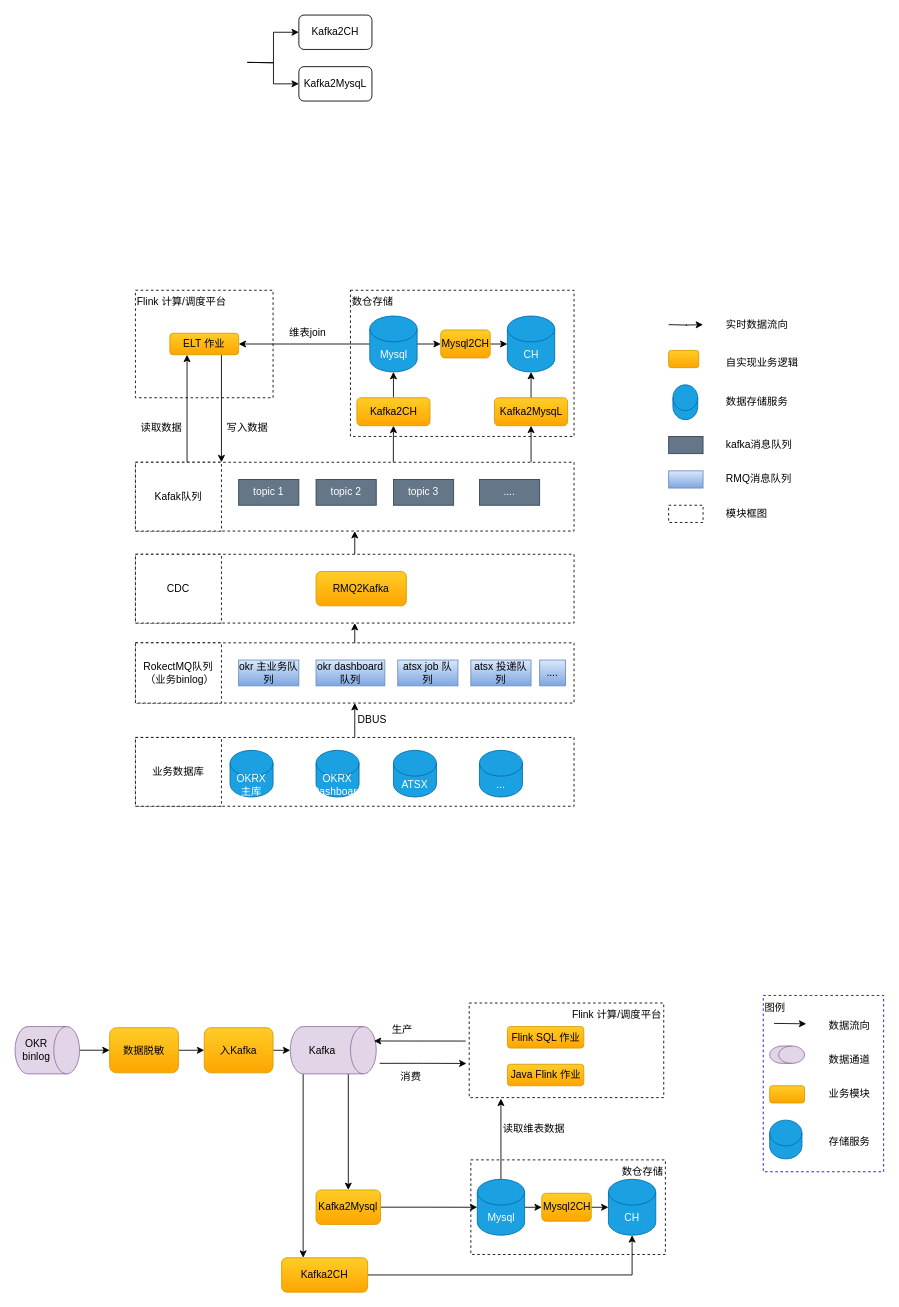
The draw.io diagram okrx/Untitled Diagram.drawio in cicelprg/drawio, before the edit. Source tidied: cells renumbered, new cells numbered last; positions are measured from the earlier drawing's top-left corner, leaving out a move shared by most shapes. Both pictures are drawn from the tidied source at 86%, with x=0, y=0 at pixel (15, 15).
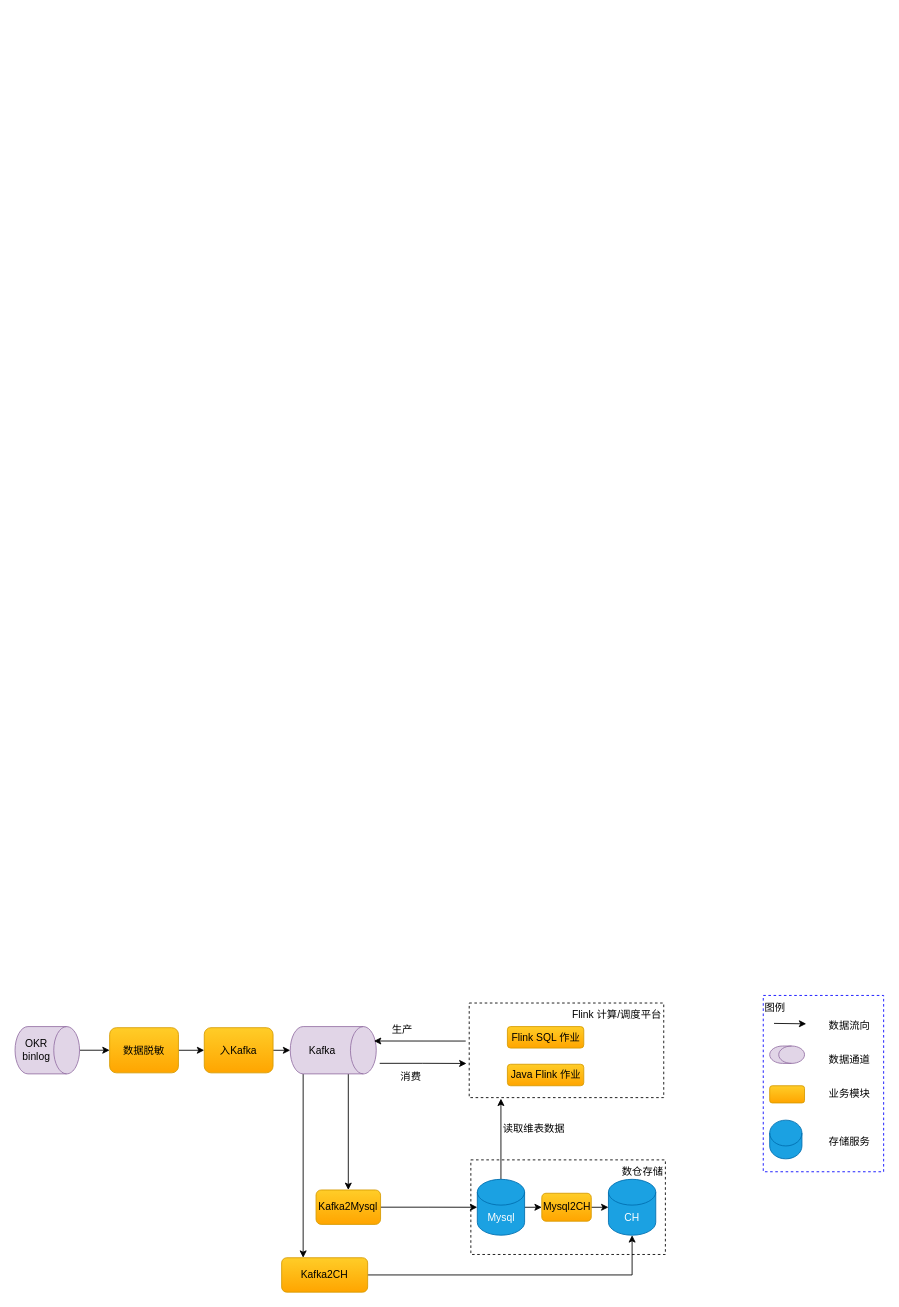
The same page after the edit.

What changed in the source:
```diff
@@
-    <mxCell id="2" style="edgeStyle=orthogonalEdgeStyle;rounded=0;jettySize=auto;html=1;exitX=0.5;exitY=0;exitDx=0;exitDy=0;entryX=0.5;entryY=1;entryDx=0;entryDy=0;strokeWidth=1;" parent="1" edge="1" source="3" target="7">
-      <mxGeometry relative="1" as="geometry" />
-    </mxCell>
-    <mxCell id="3" style="rounded=0;whiteSpace=wrap;html=1;strokeWidth=1;fillColor=none;align=left;dashed=1;" parent="1" vertex="1">
-      <mxGeometry x="140" y="840" width="510" height="80" as="geometry" />
-    </mxCell>
-    <mxCell id="4" value="业务数据库" style="whiteSpace=wrap;html=1;strokeWidth=1;align=center;dashed=1;" parent="1" vertex="1">
-      <mxGeometry x="140" y="840" width="100" height="80" as="geometry" />
-    </mxCell>
-    <mxCell id="5" value="OKRX 主库" style="shape=cylinder3;whiteSpace=wrap;html=1;boundedLbl=1;backgroundOutline=1;size=15;strokeWidth=1;fillColor=#1ba1e2;align=center;strokeColor=#006EAF;fontColor=#ffffff;" parent="1" vertex="1">
-      <mxGeometry x="250" y="855" width="50" height="54.2" as="geometry" />
-    </mxCell>
-    <mxCell id="6" style="edgeStyle=orthogonalEdgeStyle;rounded=0;jettySize=auto;html=1;exitX=0.5;exitY=0;exitDx=0;exitDy=0;entryX=0.5;entryY=1;entryDx=0;entryDy=0;strokeWidth=1;" parent="1" edge="1" source="7" target="14">
-      <mxGeometry relative="1" as="geometry" />
-    </mxCell>
-    <mxCell id="7" style="rounded=0;whiteSpace=wrap;html=1;strokeWidth=1;fillColor=none;align=left;dashed=1;" parent="1" vertex="1">
-      <mxGeometry x="140" y="730" width="510" height="70" as="geometry" />
-    </mxCell>
-    <mxCell id="8" value="RokectMQ队列&lt;br&gt;&amp;nbsp;（业务binlog）" style="whiteSpace=wrap;html=1;strokeWidth=1;align=center;dashed=1;" parent="1" vertex="1">
-      <mxGeometry x="140" y="730" width="100" height="70" as="geometry" />
-    </mxCell>
-    <mxCell id="9" value="DBUS" style="text;html=1;align=center;verticalAlign=middle;" parent="1" vertex="1">
-      <mxGeometry x="390" y="810" width="50" height="20" as="geometry" />
-    </mxCell>
-    <mxCell id="10" value="okr 主业务队列" style="rounded=0;whiteSpace=wrap;html=1;strokeWidth=1;fillColor=#dae8fc;align=center;strokeColor=#6c8ebf;gradientColor=#7ea6e0;" parent="1" vertex="1">
-      <mxGeometry x="260" y="750" width="70" height="30" as="geometry" />
-    </mxCell>
-    <mxCell id="11" value="okr dashboard队列" style="rounded=0;whiteSpace=wrap;html=1;strokeWidth=1;fillColor=#dae8fc;align=center;strokeColor=#6c8ebf;gradientColor=#7ea6e0;" parent="1" vertex="1">
-      <mxGeometry x="350" y="750" width="80" height="30" as="geometry" />
-    </mxCell>
-    <mxCell id="12" value="atsx job 队列" style="rounded=0;whiteSpace=wrap;html=1;strokeWidth=1;fillColor=#dae8fc;align=center;strokeColor=#6c8ebf;gradientColor=#7ea6e0;" parent="1" vertex="1">
-      <mxGeometry x="445" y="750" width="70" height="30" as="geometry" />
-    </mxCell>
-    <mxCell id="13" style="edgeStyle=orthogonalEdgeStyle;rounded=0;jettySize=auto;html=1;exitX=0.5;exitY=0;exitDx=0;exitDy=0;entryX=0.5;entryY=1;entryDx=0;entryDy=0;strokeWidth=1;" parent="1" edge="1" source="14" target="23">
-      <mxGeometry relative="1" as="geometry" />
-    </mxCell>
-    <mxCell id="14" style="rounded=0;whiteSpace=wrap;html=1;strokeWidth=1;fillColor=none;align=left;dashed=1;" parent="1" vertex="1">
-      <mxGeometry x="140" y="627" width="510" height="80" as="geometry" />
-    </mxCell>
-    <mxCell id="15" value="CDC" style="whiteSpace=wrap;html=1;strokeWidth=1;align=center;dashed=1;" parent="1" vertex="1">
-      <mxGeometry x="140" y="627" width="100" height="80" as="geometry" />
-    </mxCell>
-    <mxCell id="16" value="RMQ2Kafka" style="rounded=1;whiteSpace=wrap;html=1;strokeWidth=1;fillColor=#ffcd28;align=center;strokeColor=#d79b00;gradientColor=#ffa500;" parent="1" vertex="1">
-      <mxGeometry x="350" y="647" width="105" height="40" as="geometry" />
-    </mxCell>
-    <mxCell id="17" value="atsx 投递队列" style="rounded=0;whiteSpace=wrap;html=1;strokeWidth=1;fillColor=#dae8fc;align=center;strokeColor=#6c8ebf;gradientColor=#7ea6e0;" parent="1" vertex="1">
-      <mxGeometry x="530" y="750" width="70" height="30" as="geometry" />
-    </mxCell>
-    <mxCell id="18" value="...." style="rounded=0;whiteSpace=wrap;html=1;strokeWidth=1;fillColor=#dae8fc;align=center;strokeColor=#6c8ebf;gradientColor=#7ea6e0;" parent="1" vertex="1">
-      <mxGeometry x="610" y="750" width="30" height="30" as="geometry" />
-    </mxCell>
-    <mxCell id="19" value="ATSX" style="shape=cylinder3;whiteSpace=wrap;html=1;boundedLbl=1;backgroundOutline=1;size=15;strokeWidth=1;fillColor=#1ba1e2;align=center;strokeColor=#006EAF;fontColor=#ffffff;" parent="1" vertex="1">
-      <mxGeometry x="440" y="855" width="50" height="54.2" as="geometry" />
-    </mxCell>
-    <mxCell id="20" value="..." style="shape=cylinder3;whiteSpace=wrap;html=1;boundedLbl=1;backgroundOutline=1;size=15;strokeWidth=1;fillColor=#1ba1e2;align=center;strokeColor=#006EAF;fontColor=#ffffff;" parent="1" vertex="1">
-      <mxGeometry x="540" y="855" width="50" height="54.2" as="geometry" />
-    </mxCell>
-    <mxCell id="21" value="OKRX Dashboard" style="shape=cylinder3;whiteSpace=wrap;html=1;boundedLbl=1;backgroundOutline=1;size=15;strokeWidth=1;fillColor=#1ba1e2;align=center;strokeColor=#006EAF;fontColor=#ffffff;" parent="1" vertex="1">
-      <mxGeometry x="350" y="855" width="50" height="54.2" as="geometry" />
-    </mxCell>
-    <mxCell id="22" style="edgeStyle=orthogonalEdgeStyle;rounded=0;jettySize=auto;html=1;exitX=0.902;exitY=0;exitDx=0;exitDy=0;entryX=0.5;entryY=1;entryDx=0;entryDy=0;strokeWidth=1;exitPerimeter=0;" parent="1" edge="1" source="23" target="38">
-      <mxGeometry relative="1" as="geometry" />
-    </mxCell>
-    <mxCell id="23" style="rounded=0;whiteSpace=wrap;html=1;strokeWidth=1;fillColor=none;align=left;dashed=1;" parent="1" vertex="1">
-      <mxGeometry x="140" y="520" width="510" height="80" as="geometry" />
-    </mxCell>
-    <mxCell id="24" value="Kafak队列" style="whiteSpace=wrap;html=1;strokeWidth=1;align=center;dashed=1;" parent="1" vertex="1">
-      <mxGeometry x="140" y="520" width="100" height="80" as="geometry" />
-    </mxCell>
-    <mxCell id="25" value="topic 1" style="rounded=0;whiteSpace=wrap;html=1;strokeWidth=1;fillColor=#647687;align=center;strokeColor=#314354;fontColor=#ffffff;" parent="1" vertex="1">
-      <mxGeometry x="260" y="540" width="70" height="30" as="geometry" />
-    </mxCell>
-    <mxCell id="26" value="topic 2" style="rounded=0;whiteSpace=wrap;html=1;strokeWidth=1;fillColor=#647687;align=center;strokeColor=#314354;fontColor=#ffffff;" parent="1" vertex="1">
-      <mxGeometry x="350" y="540" width="70" height="30" as="geometry" />
-    </mxCell>
-    <mxCell id="27" style="edgeStyle=orthogonalEdgeStyle;rounded=0;jettySize=auto;html=1;entryX=0.5;entryY=1;entryDx=0;entryDy=0;strokeWidth=1;exitX=0.588;exitY=0;exitDx=0;exitDy=0;exitPerimeter=0;" parent="1" edge="1" source="23" target="36">
-      <mxGeometry relative="1" as="geometry" />
-    </mxCell>
-    <mxCell id="28" value="topic 3" style="rounded=0;whiteSpace=wrap;html=1;strokeWidth=1;fillColor=#647687;align=center;strokeColor=#314354;fontColor=#ffffff;" parent="1" vertex="1">
-      <mxGeometry x="440" y="540" width="70" height="30" as="geometry" />
-    </mxCell>
-    <mxCell id="29" value="...." style="rounded=0;whiteSpace=wrap;html=1;strokeWidth=1;fillColor=#647687;align=center;strokeColor=#314354;fontColor=#ffffff;" parent="1" vertex="1">
-      <mxGeometry x="540" y="540" width="70" height="30" as="geometry" />
-    </mxCell>
-    <mxCell id="30" style="edgeStyle=orthogonalEdgeStyle;rounded=0;jettySize=auto;html=1;exitX=1;exitY=0.5;exitDx=0;exitDy=0;exitPerimeter=0;strokeWidth=1;" parent="1" edge="1" source="32">
-      <mxGeometry relative="1" as="geometry">
-        <mxPoint x="495" y="382.5" as="targetPoint" />
-      </mxGeometry>
-    </mxCell>
-    <mxCell id="31" style="edgeStyle=orthogonalEdgeStyle;rounded=0;jettySize=auto;html=1;exitX=0;exitY=0.5;exitDx=0;exitDy=0;exitPerimeter=0;entryX=1;entryY=0.5;entryDx=0;entryDy=0;strokeWidth=1;" parent="1" edge="1" source="32" target="42">
-      <mxGeometry relative="1" as="geometry" />
-    </mxCell>
-    <mxCell id="32" value="Mysql" style="shape=cylinder3;whiteSpace=wrap;html=1;boundedLbl=1;backgroundOutline=1;size=15;strokeWidth=1;fillColor=#1ba1e2;align=center;strokeColor=#006EAF;fontColor=#ffffff;" parent="1" vertex="1">
-      <mxGeometry x="412.5" y="350" width="55" height="65" as="geometry" />
-    </mxCell>
-    <mxCell id="33" value="CH" style="shape=cylinder3;whiteSpace=wrap;html=1;boundedLbl=1;backgroundOutline=1;size=15;strokeWidth=1;fillColor=#1ba1e2;align=center;strokeColor=#006EAF;fontColor=#ffffff;" parent="1" vertex="1">
-      <mxGeometry x="572.5" y="350" width="55" height="65" as="geometry" />
-    </mxCell>
-    <mxCell id="34" value="Flink 计算/调度平台" style="rounded=0;whiteSpace=wrap;html=1;strokeWidth=1;align=left;fillColor=none;verticalAlign=top;dashed=1;" parent="1" vertex="1">
-      <mxGeometry x="140" y="320" width="160" height="125" as="geometry" />
-    </mxCell>
-    <mxCell id="35" style="edgeStyle=orthogonalEdgeStyle;rounded=0;jettySize=auto;html=1;exitX=0.5;exitY=0;exitDx=0;exitDy=0;entryX=0.5;entryY=1;entryDx=0;entryDy=0;entryPerimeter=0;strokeWidth=1;" parent="1" edge="1" source="36" target="32">
-      <mxGeometry relative="1" as="geometry" />
-    </mxCell>
-    <mxCell id="36" value="Kafka2CH" style="rounded=1;whiteSpace=wrap;html=1;strokeWidth=1;fillColor=#ffcd28;align=center;strokeColor=#d79b00;gradientColor=#ffa500;" parent="1" vertex="1">
-      <mxGeometry x="397.5" y="445" width="85" height="32.5" as="geometry" />
-    </mxCell>
-    <mxCell id="37" style="edgeStyle=orthogonalEdgeStyle;rounded=0;jettySize=auto;html=1;exitX=0.5;exitY=0;exitDx=0;exitDy=0;entryX=0.5;entryY=1;entryDx=0;entryDy=0;entryPerimeter=0;strokeWidth=1;" parent="1" edge="1" source="38" target="33">
-      <mxGeometry relative="1" as="geometry" />
-    </mxCell>
-    <mxCell id="38" value="Kafka2MysqL" style="rounded=1;whiteSpace=wrap;html=1;strokeWidth=1;fillColor=#ffcd28;align=center;strokeColor=#d79b00;gradientColor=#ffa500;" parent="1" vertex="1">
-      <mxGeometry x="557.5" y="445" width="85" height="32.5" as="geometry" />
-    </mxCell>
-    <mxCell id="39" style="edgeStyle=orthogonalEdgeStyle;rounded=0;jettySize=auto;html=1;entryX=0;entryY=0.5;entryDx=0;entryDy=0;entryPerimeter=0;strokeWidth=1;" parent="1" edge="1" source="54" target="33">
-      <mxGeometry relative="1" as="geometry" />
-    </mxCell>
-    <mxCell id="40" style="edgeStyle=orthogonalEdgeStyle;rounded=0;jettySize=auto;html=1;exitX=0.75;exitY=1;exitDx=0;exitDy=0;entryX=1;entryY=0;entryDx=0;entryDy=0;strokeWidth=1;" parent="1" edge="1" source="42" target="24">
-      <mxGeometry relative="1" as="geometry" />
-    </mxCell>
-    <mxCell id="41" style="edgeStyle=orthogonalEdgeStyle;rounded=0;jettySize=auto;html=1;exitX=0.25;exitY=1;exitDx=0;exitDy=0;entryX=0.6;entryY=0;entryDx=0;entryDy=0;entryPerimeter=0;strokeWidth=1;endArrow=none;endFill=0;startArrow=classic;startFill=1;" parent="1" edge="1" source="42" target="24">
-      <mxGeometry relative="1" as="geometry" />
-    </mxCell>
-    <mxCell id="42" value="ELT 作业" style="rounded=1;whiteSpace=wrap;html=1;strokeWidth=1;fillColor=#ffcd28;align=center;strokeColor=#d79b00;gradientColor=#ffa500;" parent="1" vertex="1">
-      <mxGeometry x="180" y="370" width="80" height="25" as="geometry" />
-    </mxCell>
-    <mxCell id="43" style="edgeStyle=orthogonalEdgeStyle;rounded=0;jettySize=auto;html=1;exitX=1;exitY=0.5;exitDx=0;exitDy=0;entryX=0;entryY=0.5;entryDx=0;entryDy=0;strokeWidth=1;" parent="1" edge="1" target="45">
-      <mxGeometry relative="1" as="geometry">
-        <mxPoint x="270" y="55" as="sourcePoint" />
-      </mxGeometry>
-    </mxCell>
-    <mxCell id="44" style="edgeStyle=orthogonalEdgeStyle;rounded=0;jettySize=auto;html=1;exitX=1;exitY=0.5;exitDx=0;exitDy=0;entryX=0;entryY=0.5;entryDx=0;entryDy=0;strokeWidth=1;" parent="1" edge="1" target="46">
-      <mxGeometry relative="1" as="geometry">
-        <mxPoint x="270" y="55" as="sourcePoint" />
-      </mxGeometry>
-    </mxCell>
-    <mxCell id="45" value="Kafka2CH" style="rounded=1;whiteSpace=wrap;html=1;strokeWidth=1;fillColor=#ffffff;align=center;" parent="1" vertex="1">
-      <mxGeometry x="330" width="85" height="40" as="geometry" />
-    </mxCell>
-    <mxCell id="46" value="Kafka2MysqL" style="rounded=1;whiteSpace=wrap;html=1;strokeWidth=1;fillColor=#ffffff;align=center;" parent="1" vertex="1">
-      <mxGeometry x="330" y="60" width="85" height="40" as="geometry" />
-    </mxCell>
-    <mxCell id="47" value="数仓存储" style="rounded=0;whiteSpace=wrap;html=1;strokeWidth=1;fillColor=none;align=left;verticalAlign=top;dashed=1;" parent="1" vertex="1">
-      <mxGeometry x="390" y="320" width="260" height="170" as="geometry" />
-    </mxCell>
-    <mxCell id="48" value="写入数据" style="text;html=1;align=center;verticalAlign=middle;" parent="1" vertex="1">
-      <mxGeometry x="240" y="470" width="60" height="20" as="geometry" />
-    </mxCell>
-    <mxCell id="49" value="维表join" style="text;html=1;align=center;verticalAlign=middle;" parent="1" vertex="1">
-      <mxGeometry x="310" y="360" width="60" height="20" as="geometry" />
-    </mxCell>
-    <mxCell id="50" value="读取数据" style="text;html=1;align=center;verticalAlign=middle;" parent="1" vertex="1">
-      <mxGeometry x="140" y="470" width="60" height="20" as="geometry" />
-    </mxCell>
-    <mxCell id="51" style="edgeStyle=orthogonalEdgeStyle;rounded=0;orthogonalLoop=1;jettySize=auto;html=1;entryX=0.6;entryY=0;entryDx=0;entryDy=0;entryPerimeter=0;strokeWidth=1;endArrow=none;endFill=0;startArrow=classic;startFill=1;" parent="1" edge="1">
-      <mxGeometry relative="1" as="geometry">
-        <mxPoint x="800" y="360" as="sourcePoint" />
-        <mxPoint x="760" y="360" as="targetPoint" />
-      </mxGeometry>
-    </mxCell>
-    <mxCell id="52" value="实时数据流向" style="text;html=1;align=left;verticalAlign=middle;" parent="1" vertex="1">
-      <mxGeometry x="825" y="350" width="90" height="20" as="geometry" />
-    </mxCell>
-    <mxCell id="53" style="rounded=1;whiteSpace=wrap;html=1;strokeWidth=1;fillColor=#ffcd28;align=center;strokeColor=#d79b00;gradientColor=#ffa500;" parent="1" vertex="1">
-      <mxGeometry x="760" y="390" width="35" height="20" as="geometry" />
-    </mxCell>
-    <mxCell id="54" value="Mysql2CH" style="rounded=1;whiteSpace=wrap;html=1;strokeWidth=1;fillColor=#ffcd28;align=center;strokeColor=#d79b00;gradientColor=#ffa500;" parent="1" vertex="1">
-      <mxGeometry x="495" y="366.2" width="57.5" height="32.5" as="geometry" />
-    </mxCell>
-    <mxCell id="55" value="自实现业务逻辑" style="text;html=1;align=left;verticalAlign=middle;" parent="1" vertex="1">
-      <mxGeometry x="825" y="395" width="100" height="20" as="geometry" />
-    </mxCell>
-    <mxCell id="56" style="shape=cylinder3;whiteSpace=wrap;html=1;boundedLbl=1;backgroundOutline=1;size=15;strokeWidth=1;fillColor=#1ba1e2;align=center;strokeColor=#006EAF;fontColor=#ffffff;" parent="1" vertex="1">
-      <mxGeometry x="765" y="430" width="28.8" height="40.5" as="geometry" />
-    </mxCell>
-    <mxCell id="57" value="数据存储服务" style="text;html=1;align=left;verticalAlign=middle;" parent="1" vertex="1">
-      <mxGeometry x="825" y="440.2" width="90" height="20" as="geometry" />
-    </mxCell>
-    <mxCell id="58" style="rounded=0;whiteSpace=wrap;html=1;strokeWidth=1;fillColor=#647687;align=center;strokeColor=#314354;fontColor=#ffffff;" parent="1" vertex="1">
-      <mxGeometry x="760" y="490" width="40" height="20" as="geometry" />
-    </mxCell>
-    <mxCell id="59" value="kafka消息队列" style="text;html=1;align=left;verticalAlign=middle;" parent="1" vertex="1">
-      <mxGeometry x="825" y="490" width="90" height="20" as="geometry" />
-    </mxCell>
-    <mxCell id="60" style="rounded=0;whiteSpace=wrap;html=1;strokeWidth=1;fillColor=#dae8fc;align=center;strokeColor=#6c8ebf;gradientColor=#7ea6e0;" parent="1" vertex="1">
-      <mxGeometry x="760" y="530" width="40" height="20" as="geometry" />
-    </mxCell>
-    <mxCell id="61" value="RMQ消息队列" style="text;html=1;align=left;verticalAlign=middle;" parent="1" vertex="1">
-      <mxGeometry x="825" y="530" width="90" height="20" as="geometry" />
-    </mxCell>
-    <mxCell id="62" style="rounded=0;whiteSpace=wrap;html=1;strokeWidth=1;fillColor=none;align=left;dashed=1;" parent="1" vertex="1">
-      <mxGeometry x="760" y="570" width="40" height="20" as="geometry" />
-    </mxCell>
-    <mxCell id="63" value="模块框图" style="text;html=1;align=left;verticalAlign=middle;" parent="1" vertex="1">
-      <mxGeometry x="825" y="570" width="60" height="20" as="geometry" />
-    </mxCell>
```
